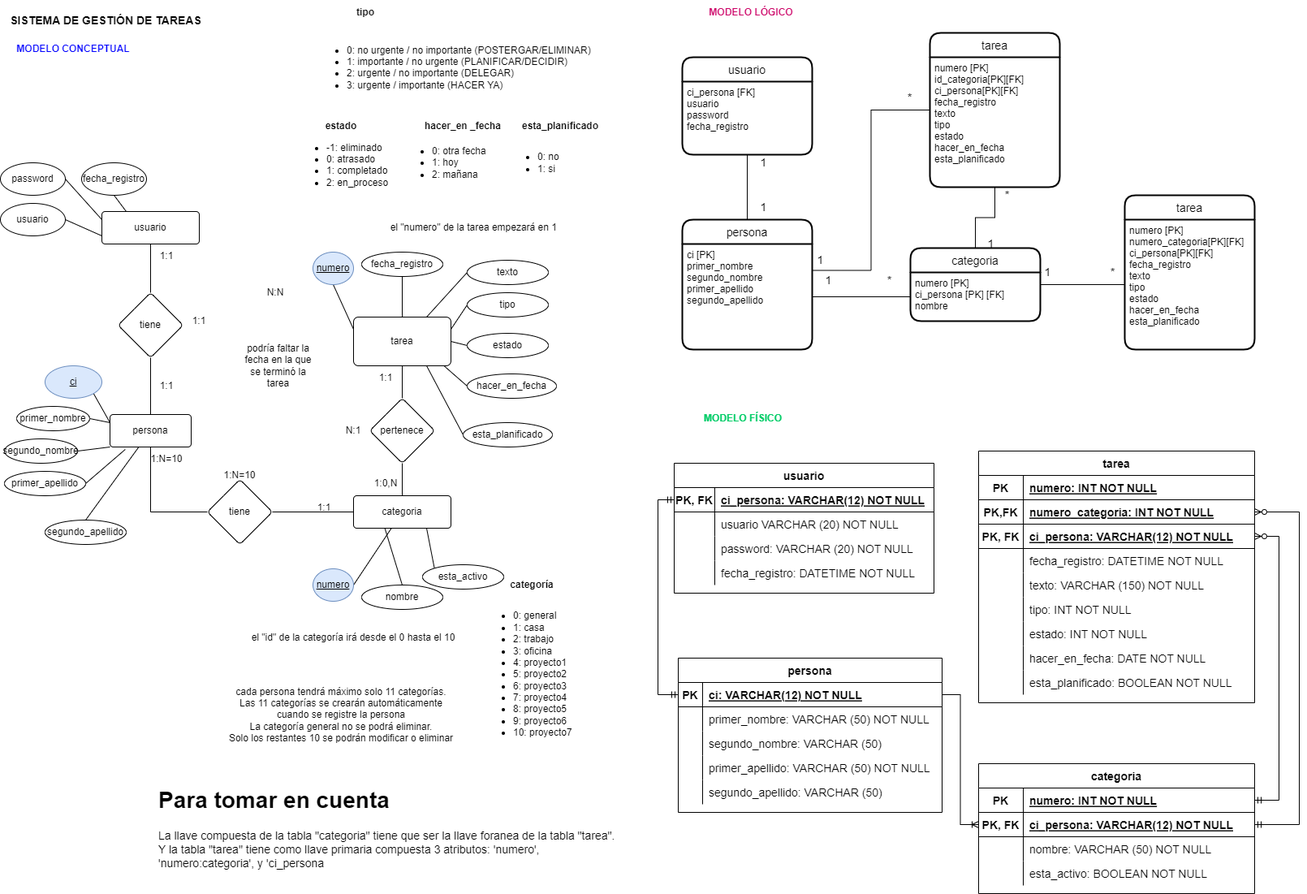
The draw.io diagram modelo_logico_y_fisico.png in German-G-M/gestion_de_tareas, before a commit. Source tidied: cells renumbered, new cells last; positions are measured from the earlier drawing's top-left corner, leaving out a move shared by most shapes.
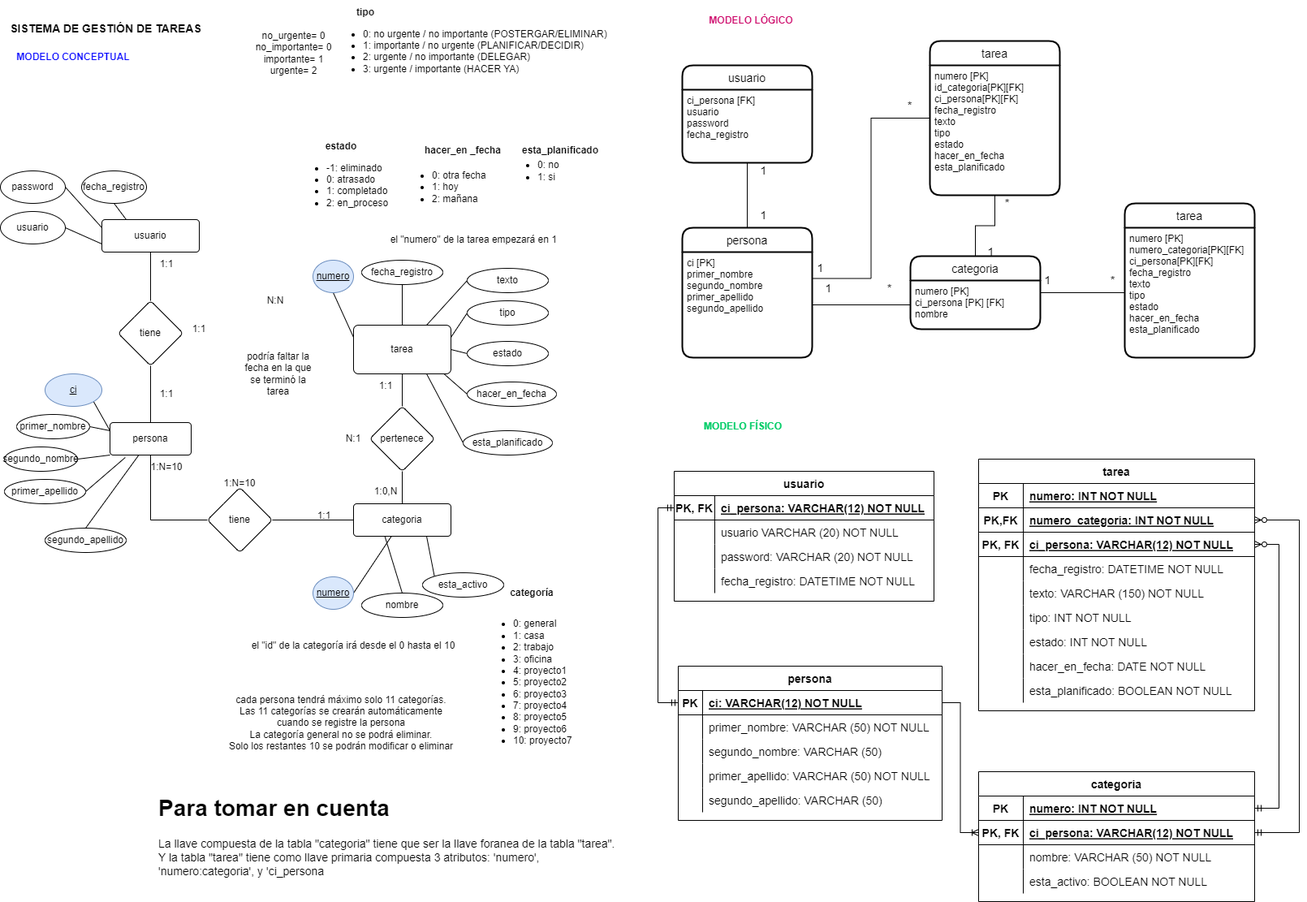
After the commit.

Change to the diagram source:
```diff
@@ -128,10 +128,10 @@
       <mxGeometry x="575" y="360" width="100" height="30" as="geometry" />
     </mxCell>
     <mxCell id="41" value="&lt;ul&gt;&lt;li&gt;0: no urgente / no importante (POSTERGAR/ELIMINAR)&amp;nbsp;&lt;/li&gt;&lt;li&gt;1: importante / no urgente (PLANIFICAR/DECIDIR)&lt;/li&gt;&lt;li&gt;2: urgente / no importante (DELEGAR)&lt;/li&gt;&lt;li&gt;3: urgente / importante (HACER YA)&lt;/li&gt;&lt;/ul&gt;" style="text;strokeColor=none;fillColor=none;html=1;whiteSpace=wrap;verticalAlign=middle;overflow=hidden;" parent="1" vertex="1">
-      <mxGeometry x="385" y="40" width="370" height="80" as="geometry" />
+      <mxGeometry x="405" y="10" width="370" height="80" as="geometry" />
     </mxCell>
     <mxCell id="42" value="&lt;b&gt;tipo&lt;/b&gt;" style="text;html=1;strokeColor=none;fillColor=none;align=center;verticalAlign=middle;whiteSpace=wrap;rounded=0;" parent="1" vertex="1">
-      <mxGeometry x="420" width="60" height="30" as="geometry" />
+      <mxGeometry x="420" y="-10" width="60" height="30" as="geometry" />
     </mxCell>
     <mxCell id="43" style="edgeStyle=none;rounded=0;jettySize=auto;html=1;exitX=0;exitY=0.5;exitDx=0;exitDy=0;entryX=1;entryY=0.5;entryDx=0;entryDy=0;endArrow=none;endFill=0;" parent="1" edge="1" source="44" target="9">
       <mxGeometry relative="1" as="geometry" />
@@ -140,10 +140,10 @@
       <mxGeometry x="575" y="410" width="100" height="30" as="geometry" />
     </mxCell>
     <mxCell id="45" value="&lt;ul&gt;&lt;li&gt;-1: eliminado&lt;/li&gt;&lt;li&gt;0: atrasado&lt;/li&gt;&lt;li&gt;1: completado&lt;/li&gt;&lt;li&gt;2: en_proceso&lt;/li&gt;&lt;/ul&gt;" style="text;strokeColor=none;fillColor=none;html=1;whiteSpace=wrap;verticalAlign=middle;overflow=hidden;" parent="1" vertex="1">
-      <mxGeometry x="360" y="160" width="140" height="80" as="geometry" />
+      <mxGeometry x="360" y="175" width="140" height="80" as="geometry" />
     </mxCell>
     <mxCell id="46" value="&lt;b&gt;estado&lt;/b&gt;" style="text;html=1;strokeColor=none;fillColor=none;align=center;verticalAlign=middle;whiteSpace=wrap;rounded=0;" parent="1" vertex="1">
-      <mxGeometry x="390" y="140" width="60" height="30" as="geometry" />
+      <mxGeometry x="390" y="155" width="60" height="30" as="geometry" />
     </mxCell>
     <mxCell id="47" style="edgeStyle=none;rounded=0;jettySize=auto;html=1;exitX=0;exitY=0.5;exitDx=0;exitDy=0;entryX=0.93;entryY=1.003;entryDx=0;entryDy=0;entryPerimeter=0;endArrow=none;endFill=0;" parent="1" edge="1" source="48" target="9">
       <mxGeometry relative="1" as="geometry" />
@@ -152,10 +152,10 @@
       <mxGeometry x="575" y="460" width="110" height="30" as="geometry" />
     </mxCell>
     <mxCell id="49" value="&lt;ul&gt;&lt;li&gt;0: otra fecha&lt;/li&gt;&lt;li&gt;1: hoy&lt;/li&gt;&lt;li&gt;2: mañana&lt;/li&gt;&lt;/ul&gt;" style="text;strokeColor=none;fillColor=none;html=1;whiteSpace=wrap;verticalAlign=middle;overflow=hidden;" parent="1" vertex="1">
-      <mxGeometry x="490" y="160" width="140" height="80" as="geometry" />
+      <mxGeometry x="490" y="180" width="140" height="80" as="geometry" />
     </mxCell>
     <mxCell id="50" value="&lt;b&gt;hacer_en _fecha&lt;/b&gt;" style="text;html=1;strokeColor=none;fillColor=none;align=center;verticalAlign=middle;whiteSpace=wrap;rounded=0;" parent="1" vertex="1">
-      <mxGeometry x="510" y="140" width="120" height="30" as="geometry" />
+      <mxGeometry x="510" y="160" width="120" height="30" as="geometry" />
     </mxCell>
     <mxCell id="51" style="edgeStyle=none;rounded=0;jettySize=auto;html=1;exitX=0;exitY=0.5;exitDx=0;exitDy=0;entryX=0.75;entryY=1;entryDx=0;entryDy=0;endArrow=none;endFill=0;" parent="1" edge="1" source="52" target="9">
       <mxGeometry relative="1" as="geometry" />
@@ -164,7 +164,7 @@
       <mxGeometry x="570" y="520" width="110" height="30" as="geometry" />
     </mxCell>
     <mxCell id="53" value="&lt;b&gt;esta_planificado&lt;/b&gt;" style="text;html=1;strokeColor=none;fillColor=none;align=center;verticalAlign=middle;whiteSpace=wrap;rounded=0;" parent="1" vertex="1">
-      <mxGeometry x="630" y="140" width="120" height="30" as="geometry" />
+      <mxGeometry x="630" y="160" width="120" height="30" as="geometry" />
     </mxCell>
     <mxCell id="54" value="&lt;ul&gt;&lt;li&gt;0: no&lt;/li&gt;&lt;li&gt;1: si&lt;/li&gt;&lt;/ul&gt;" style="text;strokeColor=none;fillColor=none;html=1;whiteSpace=wrap;verticalAlign=middle;overflow=hidden;" parent="1" vertex="1">
       <mxGeometry x="620" y="160" width="140" height="80" as="geometry" />
@@ -284,7 +284,7 @@
       <mxGeometry x="295" y="760" width="280" height="50" as="geometry" />
     </mxCell>
     <mxCell id="93" value="el &quot;numero&quot; de la tarea empezará en 1&amp;nbsp;" style="text;html=1;strokeColor=none;fillColor=none;align=center;verticalAlign=middle;whiteSpace=wrap;rounded=0;" parent="1" vertex="1">
-      <mxGeometry x="445" y="255" width="280" height="50" as="geometry" />
+      <mxGeometry x="445" y="260" width="280" height="50" as="geometry" />
     </mxCell>
     <mxCell id="94" value="tarea" style="swimlane;horizontal=1;startSize=30;rounded=1;fontSize=14;fontStyle=0;strokeWidth=2;shadow=0;dashed=0;align=center;" parent="1" vertex="1">
       <mxGeometry x="1145" y="40" width="160" height="190" as="geometry" />
@@ -551,5 +551,8 @@
     <mxCell id="178" value="podría faltar la fecha en la que se terminó la tarea" style="text;html=1;strokeColor=none;fillColor=none;align=center;verticalAlign=middle;whiteSpace=wrap;rounded=0;" parent="1" vertex="1">
       <mxGeometry x="300" y="410" width="85" height="80" as="geometry" />
     </mxCell>
+    <mxCell id="179" value="no_urgente= 0&lt;br&gt;no_importante= 0&lt;br&gt;importante= 1&lt;br&gt;urgente= 2" style="text;html=1;strokeColor=none;fillColor=none;align=center;verticalAlign=middle;whiteSpace=wrap;rounded=0;" parent="1" vertex="1">
+      <mxGeometry x="309" y="10" width="105" height="90" as="geometry" />
+    </mxCell>
   </root>
 </mxGraphModel>
```
